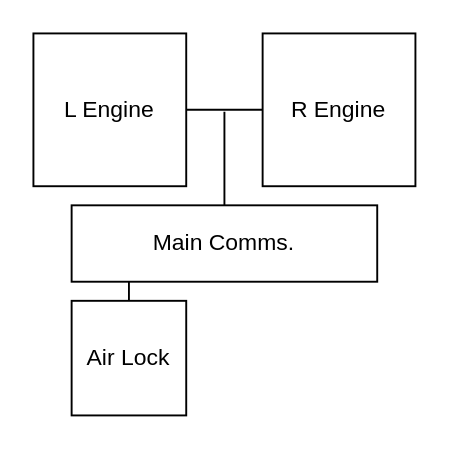
The draw.io diagram everstar_gamemap.drawio in DevEatSleepRepeat/draw.io, before the edit. Source tidied: cells renumbered, new cells numbered last; positions are measured from the earlier drawing's top-left corner, leaving out a move shared by most shapes. Both pictures are drawn from the tidied source at 191%, with x=0, y=0 at pixel (32, 32).
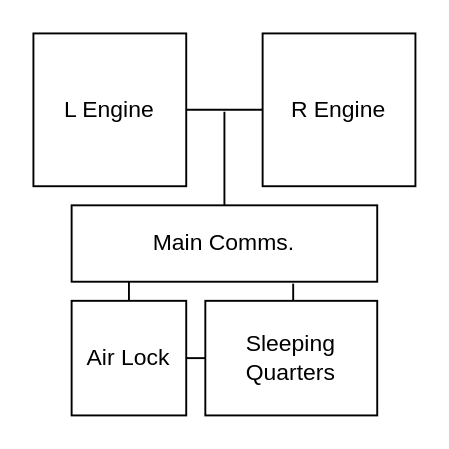
Above is the later version.

Change to the diagram source:
```diff
@@
 <mxGraphModel>
   <root>
     <mxCell id="0" />
     <mxCell id="1" parent="0" />
     <mxCell id="2" value="L Engine" style="whiteSpace=wrap;html=1;" parent="1" vertex="1">
       <mxGeometry width="80" height="80" as="geometry" />
     </mxCell>
     <mxCell id="3" value="R Engine" style="whiteSpace=wrap;html=1;" parent="1" vertex="1">
       <mxGeometry x="120" width="80" height="80" as="geometry" />
     </mxCell>
     <mxCell id="4" value="Main Comms." style="rounded=0;whiteSpace=wrap;html=1;" parent="1" vertex="1">
       <mxGeometry x="20" y="90" width="160" height="40" as="geometry" />
     </mxCell>
     <mxCell id="5" value="Air Lock" style="rounded=0;whiteSpace=wrap;html=1;" parent="1" vertex="1">
       <mxGeometry x="20" y="140" width="60" height="60" as="geometry" />
     </mxCell>
     <mxCell id="6" style="endArrow=none;html=1;rounded=0;exitX=0.5;exitY=0;exitDx=0;exitDy=0;" parent="1" edge="1" source="4">
       <mxGeometry relative="1" as="geometry">
         <mxPoint x="100" y="41" as="targetPoint" />
       </mxGeometry>
     </mxCell>
     <mxCell id="7" style="endArrow=none;html=1;rounded=0;entryX=0;entryY=0.5;entryDx=0;entryDy=0;exitX=1;exitY=0.5;exitDx=0;exitDy=0;" parent="1" edge="1" source="2" target="3">
       <mxGeometry relative="1" as="geometry" />
     </mxCell>
     <mxCell id="8" style="endArrow=none;html=1;rounded=0;exitX=0.5;exitY=0;exitDx=0;exitDy=0;" parent="1" edge="1" source="5">
       <mxGeometry relative="1" as="geometry">
         <mxPoint x="50" y="130" as="targetPoint" />
       </mxGeometry>
     </mxCell>
+    <mxCell id="9" value="Sleeping Quarters" style="rounded=0;whiteSpace=wrap;html=1;" parent="1" vertex="1">
+      <mxGeometry x="90" y="140" width="90" height="60" as="geometry" />
+    </mxCell>
+    <mxCell id="10" style="endArrow=none;html=1;rounded=0;entryX=0;entryY=0.5;entryDx=0;entryDy=0;exitX=1;exitY=0.5;exitDx=0;exitDy=0;" parent="1" edge="1" source="5" target="9">
+      <mxGeometry relative="1" as="geometry" />
+    </mxCell>
+    <mxCell id="11" style="endArrow=none;html=1;rounded=0;entryX=0.5;entryY=0;entryDx=0;entryDy=0;" parent="1" edge="1">
+      <mxGeometry relative="1" as="geometry">
+        <mxPoint x="136" y="131" as="sourcePoint" />
+        <mxPoint x="136" y="140" as="targetPoint" />
+      </mxGeometry>
+    </mxCell>
   </root>
 </mxGraphModel>
```
